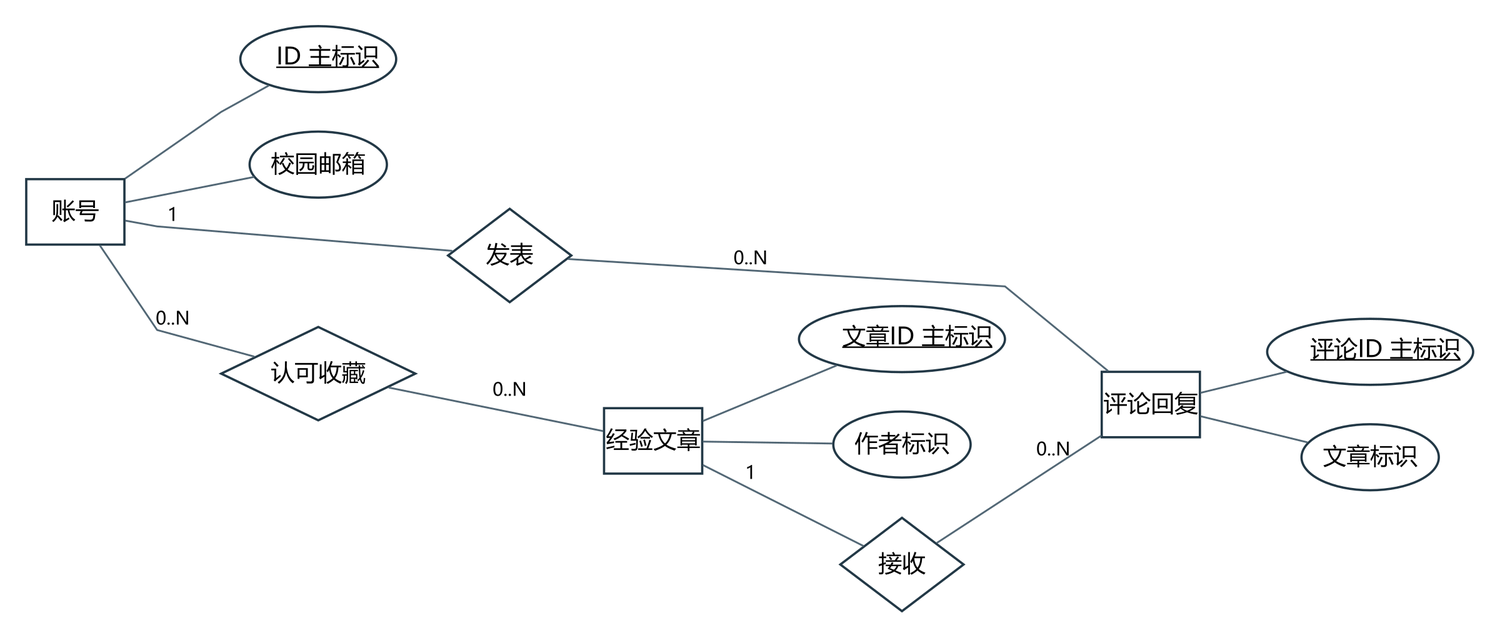
Above: docs/project/models/图表与模型/ER03A.png in jason-bitc/HZCU-CampusHub (Graphviz), before the change. Its source is kept beside it as docs/project/models/图表与模型/ER03A.dot. Source of this version:
```dot
digraph G {
graph [rankdir=LR,nodesep=0.30,ranksep=0.48,bgcolor="white",splines=polyline,pad=0.20];
node [fontname="Microsoft YaHei",fontsize=13,color="#223846",penwidth=1.25,margin="0.10,0.07",style="rounded,filled",fillcolor="#F6F8FA"];
edge [fontname="Microsoft YaHei",fontsize=10,color="#526775",arrowsize=0.7];
"Account" [shape=box,label="账号",style="filled",fillcolor="white"];
"Article" [shape=box,label="经验文章",style="filled",fillcolor="white"];
"Comment" [shape=box,label="评论回复",style="filled",fillcolor="white"];
"Account_a0" [shape=ellipse,label=<<U>ID 主标识</U>>,style="filled",fillcolor="white"];
"Account_a1" [shape=ellipse,label="校园邮箱",style="filled",fillcolor="white"];
"Article_a0" [shape=ellipse,label=<<U>文章ID 主标识</U>>,style="filled",fillcolor="white"];
"Article_a1" [shape=ellipse,label="作者标识",style="filled",fillcolor="white"];
"Comment_a0" [shape=ellipse,label=<<U>评论ID 主标识</U>>,style="filled",fillcolor="white"];
"Comment_a1" [shape=ellipse,label="文章标识",style="filled",fillcolor="white"];
"rel9" [shape=diamond,label="接收",style="filled",fillcolor="white"];
"rel10" [shape=diamond,label="发表",style="filled",fillcolor="white"];
"rel11" [shape=diamond,label="认可收藏",style="filled",fillcolor="white"];
"Account" -> "Account_a0" [label="",dir=none];
"Account" -> "Account_a1" [label="",dir=none];
"Article" -> "Article_a0" [label="",dir=none];
"Article" -> "Article_a1" [label="",dir=none];
"Comment" -> "Comment_a0" [label="",dir=none];
"Comment" -> "Comment_a1" [label="",dir=none];
"Article" -> "rel9" [label="1",dir=none];
"rel9" -> "Comment" [label="0..N",dir=none];
"Account" -> "rel10" [label="1",dir=none];
"rel10" -> "Comment" [label="0..N",dir=none];
"Account" -> "rel11" [label="0..N",dir=none];
"rel11" -> "Article" [label="0..N",dir=none];
}
```
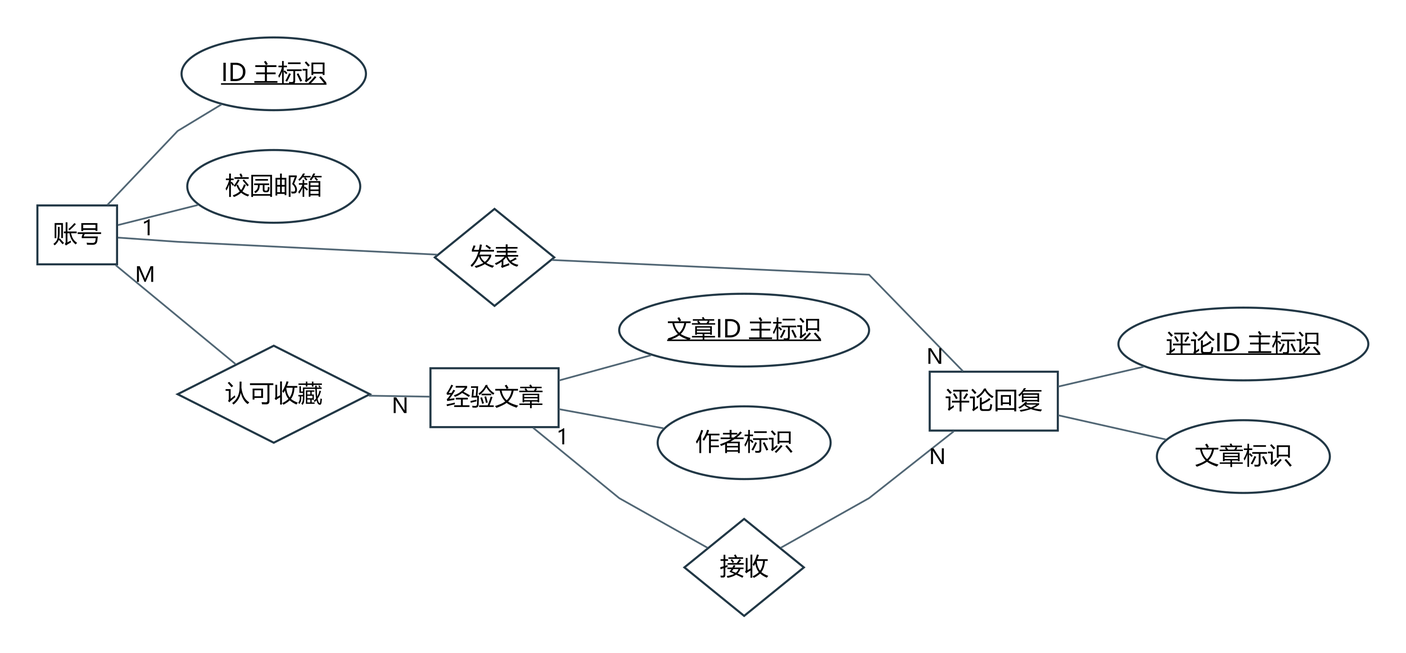
The same diagram one commit later.

Change to the diagram source:
```diff
@@ -1,29 +1,29 @@
 digraph G {
-graph [rankdir=LR,nodesep=0.30,ranksep=0.48,bgcolor="white",splines=polyline,pad=0.20];
-node [fontname="Microsoft YaHei",fontsize=13,color="#223846",penwidth=1.25,margin="0.10,0.07",style="rounded,filled",fillcolor="#F6F8FA"];
-edge [fontname="Microsoft YaHei",fontsize=10,color="#526775",arrowsize=0.7];
-"Account" [shape=box,label="账号",style="filled",fillcolor="white"];
-"Article" [shape=box,label="经验文章",style="filled",fillcolor="white"];
-"Comment" [shape=box,label="评论回复",style="filled",fillcolor="white"];
-"Account_a0" [shape=ellipse,label=<<U>ID 主标识</U>>,style="filled",fillcolor="white"];
-"Account_a1" [shape=ellipse,label="校园邮箱",style="filled",fillcolor="white"];
-"Article_a0" [shape=ellipse,label=<<U>文章ID 主标识</U>>,style="filled",fillcolor="white"];
-"Article_a1" [shape=ellipse,label="作者标识",style="filled",fillcolor="white"];
-"Comment_a0" [shape=ellipse,label=<<U>评论ID 主标识</U>>,style="filled",fillcolor="white"];
-"Comment_a1" [shape=ellipse,label="文章标识",style="filled",fillcolor="white"];
-"rel9" [shape=diamond,label="接收",style="filled",fillcolor="white"];
-"rel10" [shape=diamond,label="发表",style="filled",fillcolor="white"];
-"rel11" [shape=diamond,label="认可收藏",style="filled",fillcolor="white"];
-"Account" -> "Account_a0" [label="",dir=none];
-"Account" -> "Account_a1" [label="",dir=none];
-"Article" -> "Article_a0" [label="",dir=none];
-"Article" -> "Article_a1" [label="",dir=none];
-"Comment" -> "Comment_a0" [label="",dir=none];
-"Comment" -> "Comment_a1" [label="",dir=none];
-"Article" -> "rel9" [label="1",dir=none];
-"rel9" -> "Comment" [label="0..N",dir=none];
-"Account" -> "rel10" [label="1",dir=none];
-"rel10" -> "Comment" [label="0..N",dir=none];
-"Account" -> "rel11" [label="0..N",dir=none];
-"rel11" -> "Article" [label="0..N",dir=none];
+graph [rankdir=LR,nodesep=0.32,ranksep=0.48,bgcolor="white",splines=polyline,pad=0.30];
+node [fontname="Microsoft YaHei",fontsize=14,color="#223846",penwidth=1.2,margin="0.10,0.08",style="filled",fillcolor="white"];
+edge [fontname="Microsoft YaHei",fontsize=12,color="#526775",dir=none];
+"Account" [shape=box,label="账号",width=0.6389,height=0.4722];
+"Article" [shape=box,label="经验文章",width=1.0278,height=0.4722];
+"Comment" [shape=box,label="评论回复",width=1.0278,height=0.4722];
+"Account_a0" [shape=ellipse,label="ID 主标识",width=1.4794,height=0.5833];
+"Account_a1" [shape=ellipse,label="校园邮箱",width=1.3875,height=0.5833];
+"Article_a0" [shape=ellipse,label="文章ID 主标识",width=2.0044,height=0.5833];
+"Article_a1" [shape=ellipse,label="作者标识",width=1.3875,height=0.5833];
+"Comment_a0" [shape=ellipse,label="评论ID 主标识",width=2.0044,height=0.5833];
+"Comment_a1" [shape=ellipse,label="文章标识",width=1.3875,height=0.5833];
+"rel9" [shape=diamond,label="接收",width=0.9583,height=0.7778];
+"rel10" [shape=diamond,label="发表",width=0.9583,height=0.7778];
+"rel11" [shape=diamond,label="认可收藏",width=1.5417,height=0.7778];
+"Account" -> "Account_a0" [label="",labeldistance=1.8,labelangle=20,dir=none];
+"Account" -> "Account_a1" [label="",labeldistance=1.8,labelangle=20,dir=none];
+"Article" -> "Article_a0" [label="",labeldistance=1.8,labelangle=20,dir=none];
+"Article" -> "Article_a1" [label="",labeldistance=1.8,labelangle=20,dir=none];
+"Comment" -> "Comment_a0" [label="",labeldistance=1.8,labelangle=20,dir=none];
+"Comment" -> "Comment_a1" [label="",labeldistance=1.8,labelangle=20,dir=none];
+"Article" -> "rel9" [taillabel="1",labeldistance=1.8,labelangle=20,dir=none];
+"rel9" -> "Comment" [headlabel="N",labeldistance=1.8,labelangle=20,dir=none];
+"Account" -> "rel10" [taillabel="1",labeldistance=1.8,labelangle=20,dir=none];
+"rel10" -> "Comment" [headlabel="N",labeldistance=1.8,labelangle=20,dir=none];
+"Account" -> "rel11" [taillabel="M",labeldistance=1.8,labelangle=20,dir=none];
+"rel11" -> "Article" [headlabel="N",labeldistance=1.8,labelangle=20,dir=none];
 }
```
